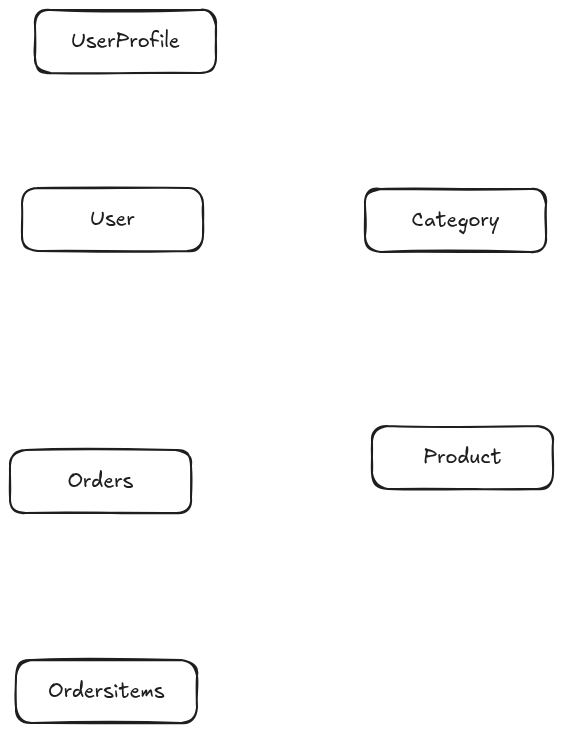
MDalamin5/The-Ultimate-C_Sharp-Learning-Lab-TestLine keeps this Excalidraw diagram as TEcommerceWebApi/db-schema.excalidraw.png. Above is the earlier version. Source tidied: one line per element, renumbered; positions are measured from the earlier drawing's top-left corner, leaving out a move shared by most shapes.
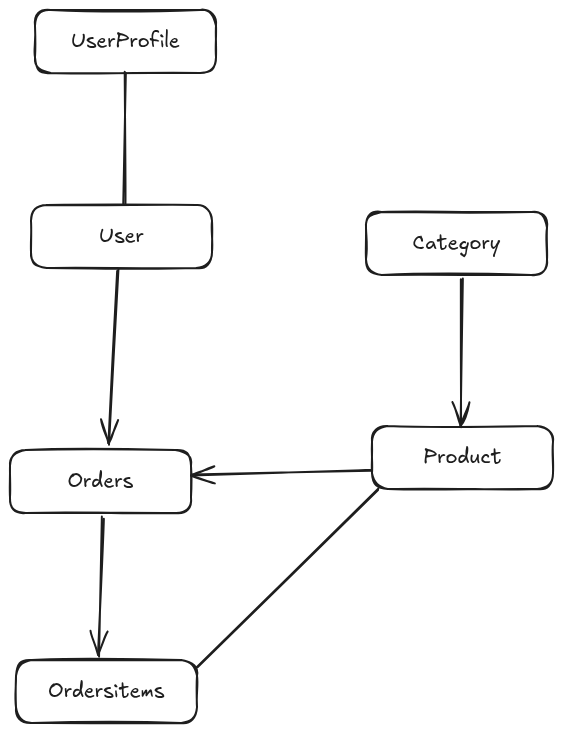
The same file after the commit.

Commit message:
db connection defined

Change to the diagram source:
```diff
@@ -1,12 +1,18 @@
 {"id": 0, "type": "rectangle", "strokeColor": "#1e1e1e", "strokeWidth": 2, "roughness": 1, "round": true, "x": 25, "y": 0, "width": 181, "height": 63}
 {"id": 1, "type": "text", "text": "UserProfile", "strokeColor": "#1e1e1e", "strokeWidth": 2, "roughness": 1, "fontSize": 20, "fontFamily": 5, "textAlign": "center", "verticalAlign": "middle", "inside": 0, "x": 61, "y": 19, "width": 109, "height": 25}
-{"id": 2, "type": "rectangle", "strokeColor": "#1e1e1e", "strokeWidth": 2, "roughness": 1, "round": true, "x": 12, "y": 178, "width": 181, "height": 63}
+{"id": 2, "type": "rectangle", "strokeColor": "#1e1e1e", "strokeWidth": 2, "roughness": 1, "round": true, "x": 21, "y": 195, "width": 181, "height": 63}
-{"id": 3, "type": "text", "text": "User", "strokeColor": "#1e1e1e", "strokeWidth": 2, "roughness": 1, "fontSize": 20, "fontFamily": 5, "textAlign": "center", "verticalAlign": "middle", "inside": 2, "x": 80, "y": 197, "width": 44, "height": 25}
+{"id": 3, "type": "text", "text": "User", "strokeColor": "#1e1e1e", "strokeWidth": 2, "roughness": 1, "fontSize": 20, "fontFamily": 5, "textAlign": "center", "verticalAlign": "middle", "inside": 2, "x": 89, "y": 214, "width": 44, "height": 25}
-{"id": 4, "type": "rectangle", "strokeColor": "#1e1e1e", "strokeWidth": 2, "roughness": 1, "round": true, "x": 355, "y": 179, "width": 181, "height": 63}
+{"id": 4, "type": "rectangle", "strokeColor": "#1e1e1e", "strokeWidth": 2, "roughness": 1, "round": true, "x": 356, "y": 202, "width": 181, "height": 63}
-{"id": 5, "type": "text", "text": "Category", "strokeColor": "#1e1e1e", "strokeWidth": 2, "roughness": 1, "fontSize": 20, "fontFamily": 5, "textAlign": "center", "verticalAlign": "middle", "inside": 4, "x": 402, "y": 198, "width": 88, "height": 25}
+{"id": 5, "type": "text", "text": "Category", "strokeColor": "#1e1e1e", "strokeWidth": 2, "roughness": 1, "fontSize": 20, "fontFamily": 5, "textAlign": "center", "verticalAlign": "middle", "inside": 4, "x": 403, "y": 221, "width": 88, "height": 25}
 {"id": 6, "type": "rectangle", "strokeColor": "#1e1e1e", "strokeWidth": 2, "roughness": 1, "round": true, "x": 362, "y": 416, "width": 181, "height": 63}
 {"id": 7, "type": "text", "text": "Product", "strokeColor": "#1e1e1e", "strokeWidth": 2, "roughness": 1, "fontSize": 20, "fontFamily": 5, "textAlign": "center", "verticalAlign": "middle", "inside": 6, "x": 413, "y": 435, "width": 78, "height": 25}
 {"id": 8, "type": "rectangle", "strokeColor": "#1e1e1e", "strokeWidth": 2, "roughness": 1, "round": true, "x": 0, "y": 440, "width": 181, "height": 63}
 {"id": 9, "type": "text", "text": "Orders", "strokeColor": "#1e1e1e", "strokeWidth": 2, "roughness": 1, "fontSize": 20, "fontFamily": 5, "textAlign": "center", "verticalAlign": "middle", "inside": 8, "x": 58, "y": 459, "width": 66, "height": 25}
 {"id": 10, "type": "rectangle", "strokeColor": "#1e1e1e", "strokeWidth": 2, "roughness": 1, "round": true, "x": 6, "y": 650, "width": 181, "height": 63}
 {"id": 11, "type": "text", "text": "Ordersitems", "strokeColor": "#1e1e1e", "strokeWidth": 2, "roughness": 1, "fontSize": 20, "fontFamily": 5, "textAlign": "center", "verticalAlign": "middle", "inside": 10, "x": 38, "y": 669, "width": 116, "height": 25}
+{"id": 12, "type": "line", "strokeColor": "#1e1e1e", "strokeWidth": 2, "roughness": 1, "round": true, "x": 115, "y": 64, "width": 1, "height": 131, "points": [[0, 0], [-1, 131]]}
+{"id": 13, "type": "arrow", "strokeColor": "#1e1e1e", "strokeWidth": 2, "roughness": 1, "endArrowhead": "arrow", "round": true, "from": 4, "to": 6, "x": 451, "y": 268, "width": 1, "height": 148, "points": [[0, 0], [-1, 148]]}
+{"id": 14, "type": "arrow", "strokeColor": "#1e1e1e", "strokeWidth": 2, "roughness": 1, "endArrowhead": "arrow", "round": true, "from": 6, "to": 8, "x": 361, "y": 460, "width": 180, "height": 5, "points": [[0, 0], [-180, 5]]}
+{"id": 15, "type": "arrow", "strokeColor": "#1e1e1e", "strokeWidth": 2, "roughness": 1, "endArrowhead": "arrow", "round": true, "from": 8, "to": 10, "x": 92, "y": 507, "width": 3, "height": 139, "points": [[0, 0], [-3, 139]]}
+{"id": 16, "type": "line", "strokeColor": "#1e1e1e", "strokeWidth": 2, "roughness": 1, "round": true, "x": 187, "y": 657, "width": 180, "height": 179, "points": [[0, 0], [180, -179]]}
+{"id": 17, "type": "arrow", "strokeColor": "#1e1e1e", "strokeWidth": 2, "roughness": 1, "endArrowhead": "arrow", "round": true, "from": 2, "to": 8, "x": 108, "y": 260, "width": 10, "height": 174, "points": [[0, 0], [-10, 174]]}
```
